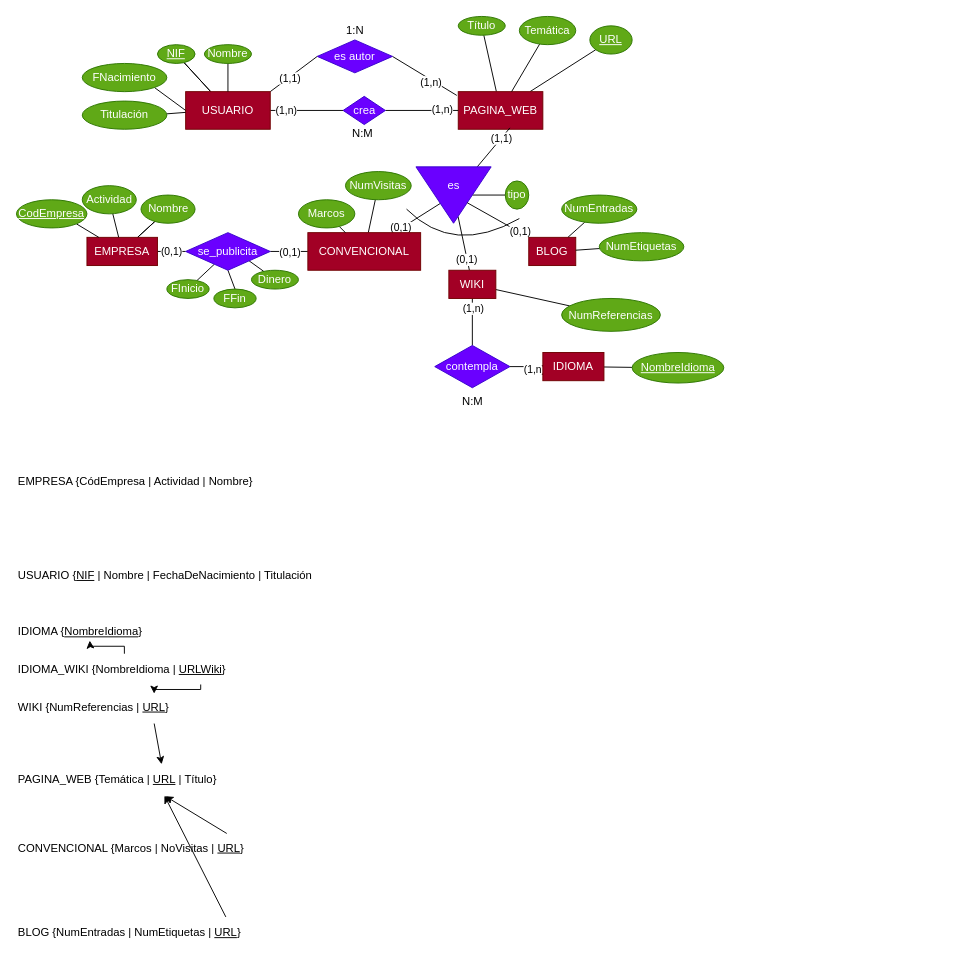
Earlier version of the draw.io diagram page "Ejercicio 10" (3 of 3) of Ejercicio8-9-10.drawio (antonionavarro04/diagramas). Source tidied: cells renumbered, new cells numbered last; positions are measured from the earlier drawing's top-left corner, leaving out a move shared by most shapes. Both pictures are drawn from the tidied source at 94%, with x=0, y=0 at pixel (16, 16).
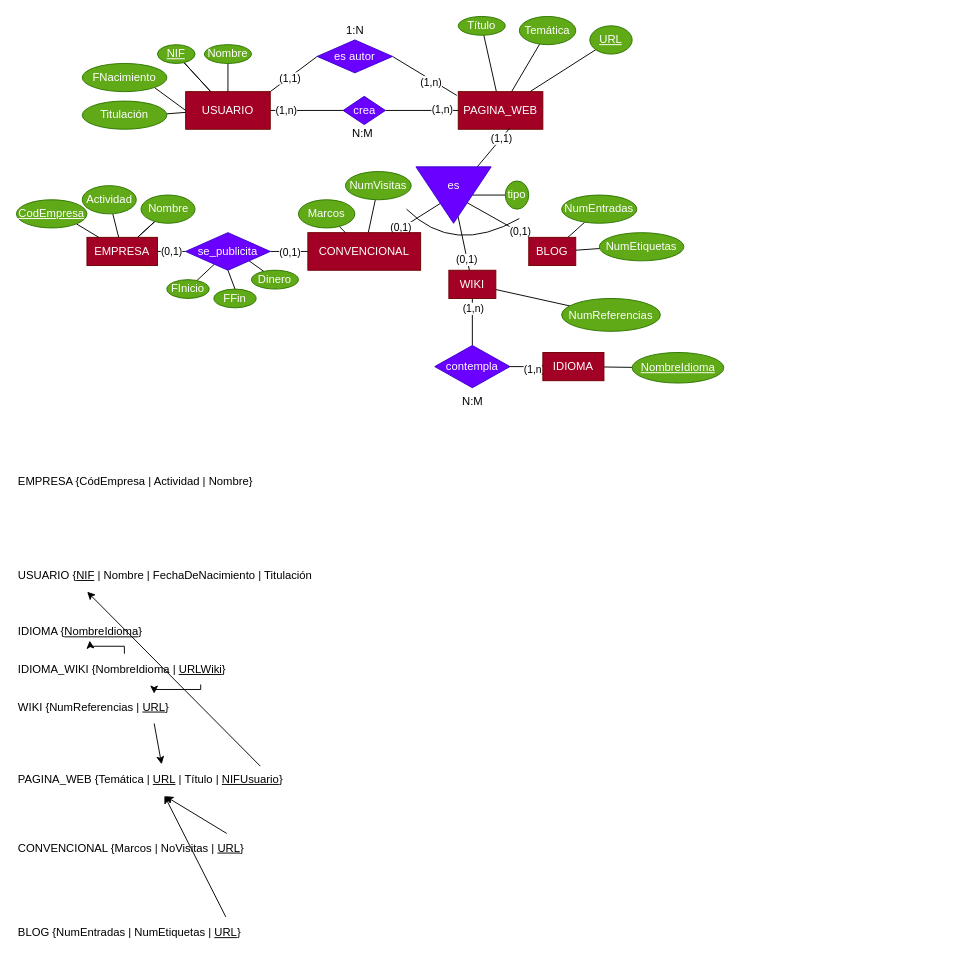
The same page after the edit.

Unchanged cells that the change refers to:
```xml
<mxCell id="86" value="USUARIO {&lt;u&gt;NIF&lt;/u&gt; | Nombre | FechaDeNacimiento | Titulación" style="text;html=1;strokeColor=none;fillColor=none;align=left;verticalAlign=middle;whiteSpace=wrap;rounded=0;fontStyle=0;" parent="1" vertex="1">
  <mxGeometry y="580" width="990" height="30" as="geometry" />
</mxCell>
```

Diff of the diagram source:
```diff
@@
-    <mxCell id="87" value="PAGINA_WEB {Temática | &lt;u&gt;URL&lt;/u&gt;&amp;nbsp;| Título}" style="text;html=1;strokeColor=none;fillColor=none;align=left;verticalAlign=middle;whiteSpace=wrap;rounded=0;fontStyle=0;" parent="1" vertex="1">
+    <mxCell id="87" value="PAGINA_WEB {Temática | &lt;u&gt;URL&lt;/u&gt;&amp;nbsp;| Título | &lt;u&gt;NIFUsuario&lt;/u&gt;}" style="text;html=1;strokeColor=none;fillColor=none;align=left;verticalAlign=middle;whiteSpace=wrap;rounded=0;fontStyle=0;" parent="1" vertex="1">
       <mxGeometry y="797" width="990" height="30" as="geometry" />
     </mxCell>
@@
+    <mxCell id="97" style="endArrow=classic;html=1;rounded=0;exitX=0.262;exitY=0.017;exitDx=0;exitDy=0;exitPerimeter=0;endFill=1;entryX=0.076;entryY=1.067;entryDx=0;entryDy=0;entryPerimeter=0;" parent="1" edge="1" source="87" target="86">
+      <mxGeometry relative="1" as="geometry" />
+    </mxCell>
```
